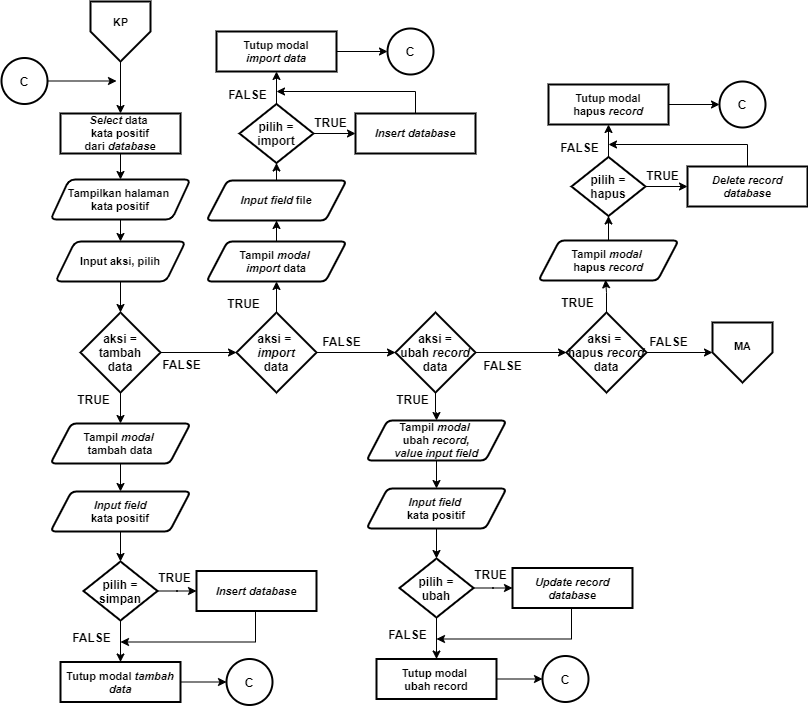
The draw.io diagram Dokumen TA/Paper/Flowchart/M6. Flowchart menu kata positif.png in muspriandi/TextMining-SentimentAnalysis, before a commit. Source tidied: cells renumbered, new cells last; positions are measured from the earlier drawing's top-left corner, leaving out a move shared by most shapes.
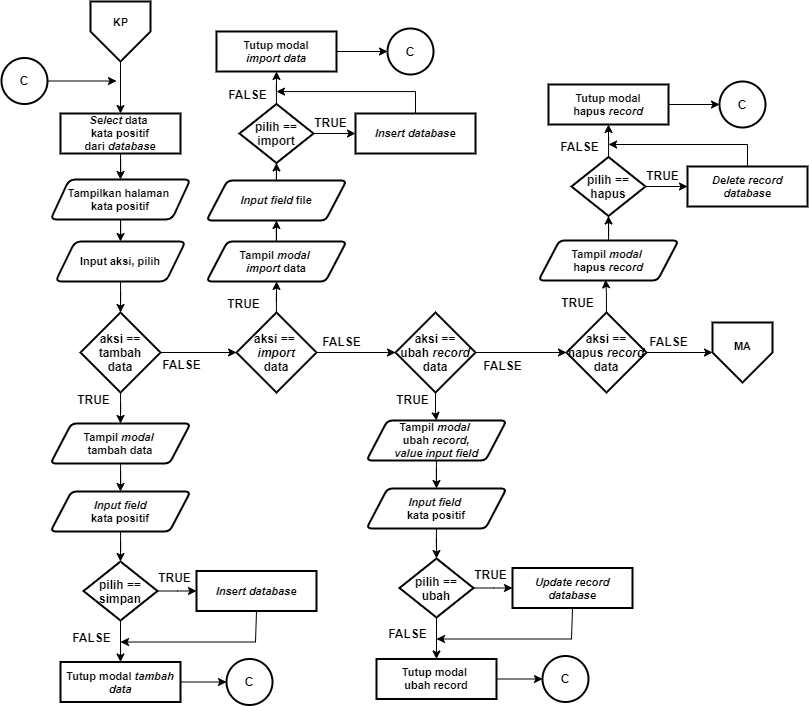
After the commit.

What changed in the source:
```diff
@@ -63,7 +63,7 @@
     <mxCell id="16" style="edgeStyle=orthogonalEdgeStyle;rounded=0;jettySize=auto;html=1;entryX=0;entryY=0.5;entryDx=0;entryDy=0;" parent="1" edge="1" source="17" target="20">
       <mxGeometry relative="1" as="geometry" />
     </mxCell>
-    <mxCell id="17" value="&lt;b&gt;&lt;font style=&quot;font-size: 12px&quot;&gt;aksi = tambah&lt;br&gt;data&lt;/font&gt;&lt;/b&gt;" style="rhombus;whiteSpace=wrap;html=1;strokeWidth=2;" parent="1" vertex="1">
+    <mxCell id="17" value="&lt;b&gt;&lt;font style=&quot;font-size: 12px&quot;&gt;aksi == tambah&lt;br&gt;data&lt;/font&gt;&lt;/b&gt;" style="rhombus;whiteSpace=wrap;html=1;strokeWidth=2;" parent="1" vertex="1">
       <mxGeometry x="79" y="311" width="80" height="80" as="geometry" />
     </mxCell>
     <mxCell id="18" style="edgeStyle=orthogonalEdgeStyle;rounded=0;jettySize=auto;html=1;entryX=0.5;entryY=1;entryDx=0;entryDy=0;" parent="1" edge="1" source="20" target="46">
@@ -72,7 +72,7 @@
     <mxCell id="19" style="edgeStyle=orthogonalEdgeStyle;rounded=0;jettySize=auto;html=1;" parent="1" edge="1" source="20" target="23">
       <mxGeometry relative="1" as="geometry" />
     </mxCell>
-    <mxCell id="20" value="&lt;b&gt;&lt;font style=&quot;font-size: 12px&quot;&gt;aksi = &lt;br&gt;&lt;i&gt;import&lt;/i&gt;&lt;br&gt;data&lt;br&gt;&lt;/font&gt;&lt;/b&gt;" style="rhombus;whiteSpace=wrap;html=1;strokeWidth=2;" parent="1" vertex="1">
+    <mxCell id="20" value="&lt;b&gt;&lt;font style=&quot;font-size: 12px&quot;&gt;aksi == &lt;br&gt;&lt;i&gt;import&lt;/i&gt;&lt;br&gt;data&lt;br&gt;&lt;/font&gt;&lt;/b&gt;" style="rhombus;whiteSpace=wrap;html=1;strokeWidth=2;" parent="1" vertex="1">
       <mxGeometry x="235" y="311" width="80" height="80" as="geometry" />
     </mxCell>
     <mxCell id="21" style="edgeStyle=orthogonalEdgeStyle;rounded=0;jettySize=auto;html=1;" parent="1" edge="1" source="23" target="26">
@@ -81,7 +81,7 @@
     <mxCell id="22" style="edgeStyle=orthogonalEdgeStyle;rounded=0;jettySize=auto;html=1;entryX=0.5;entryY=0;entryDx=0;entryDy=0;" parent="1" edge="1" source="23" target="69">
       <mxGeometry relative="1" as="geometry" />
     </mxCell>
-    <mxCell id="23" value="&lt;b&gt;&lt;font style=&quot;font-size: 12px&quot;&gt;aksi =&lt;br&gt;ubah &lt;i&gt;record&lt;/i&gt;&lt;br&gt;data&lt;br&gt;&lt;/font&gt;&lt;/b&gt;" style="rhombus;whiteSpace=wrap;html=1;strokeWidth=2;" parent="1" vertex="1">
+    <mxCell id="23" value="&lt;b&gt;&lt;font style=&quot;font-size: 12px&quot;&gt;aksi ==&lt;br&gt;ubah &lt;i&gt;record&lt;/i&gt;&lt;br&gt;data&lt;br&gt;&lt;/font&gt;&lt;/b&gt;" style="rhombus;whiteSpace=wrap;html=1;strokeWidth=2;" parent="1" vertex="1">
       <mxGeometry x="394" y="311" width="80" height="80" as="geometry" />
     </mxCell>
     <mxCell id="24" style="edgeStyle=orthogonalEdgeStyle;rounded=0;jettySize=auto;html=1;entryX=0;entryY=0.5;entryDx=0;entryDy=0;" parent="1" edge="1" source="26" target="11">
@@ -90,7 +90,7 @@
     <mxCell id="25" style="edgeStyle=orthogonalEdgeStyle;rounded=0;jettySize=auto;html=1;entryX=0.479;entryY=0.983;entryDx=0;entryDy=0;entryPerimeter=0;" parent="1" edge="1" source="26" target="78">
       <mxGeometry relative="1" as="geometry" />
     </mxCell>
-    <mxCell id="26" value="&lt;b&gt;&lt;font style=&quot;font-size: 12px&quot;&gt;aksi = &lt;br&gt;hapus &lt;i&gt;record&lt;/i&gt;&lt;br&gt;data&lt;br&gt;&lt;/font&gt;&lt;/b&gt;" style="rhombus;whiteSpace=wrap;html=1;strokeWidth=2;" parent="1" vertex="1">
+    <mxCell id="26" value="&lt;b&gt;&lt;font style=&quot;font-size: 12px&quot;&gt;aksi ==&lt;br&gt;hapus &lt;i&gt;record&lt;/i&gt;&lt;br&gt;data&lt;br&gt;&lt;/font&gt;&lt;/b&gt;" style="rhombus;whiteSpace=wrap;html=1;strokeWidth=2;" parent="1" vertex="1">
       <mxGeometry x="565" y="311" width="80" height="80" as="geometry" />
     </mxCell>
     <mxCell id="27" style="edgeStyle=orthogonalEdgeStyle;rounded=0;jettySize=auto;html=1;exitX=0.5;exitY=1;exitDx=0;exitDy=0;" parent="1" edge="1" source="28">
@@ -116,7 +116,7 @@
     <mxCell id="32" style="edgeStyle=orthogonalEdgeStyle;rounded=0;jettySize=auto;html=1;entryX=0.5;entryY=0;entryDx=0;entryDy=0;" parent="1" edge="1" source="33" target="39">
       <mxGeometry relative="1" as="geometry" />
     </mxCell>
-    <mxCell id="33" value="&lt;b&gt;&lt;font style=&quot;font-size: 12px&quot;&gt;pilih =&lt;br&gt;simpan&lt;/font&gt;&lt;/b&gt;" style="rhombus;whiteSpace=wrap;html=1;strokeWidth=2;" parent="1" vertex="1">
+    <mxCell id="33" value="&lt;b&gt;&lt;font style=&quot;font-size: 12px&quot;&gt;pilih ==&lt;br&gt;simpan&lt;/font&gt;&lt;/b&gt;" style="rhombus;whiteSpace=wrap;html=1;strokeWidth=2;" parent="1" vertex="1">
       <mxGeometry x="82" y="560" width="74" height="59" as="geometry" />
     </mxCell>
     <mxCell id="34" style="edgeStyle=orthogonalEdgeStyle;rounded=0;jettySize=auto;html=1;" parent="1" edge="1" source="35">
@@ -172,7 +172,7 @@
     <mxCell id="50" style="edgeStyle=orthogonalEdgeStyle;rounded=0;jettySize=auto;html=1;entryX=0.5;entryY=1;entryDx=0;entryDy=0;" parent="1" edge="1" source="51" target="55">
       <mxGeometry relative="1" as="geometry" />
     </mxCell>
-    <mxCell id="51" value="&lt;b&gt;&lt;font style=&quot;font-size: 12px&quot;&gt;pilih = import&lt;/font&gt;&lt;/b&gt;" style="rhombus;whiteSpace=wrap;html=1;strokeWidth=2;" parent="1" vertex="1">
+    <mxCell id="51" value="&lt;b&gt;&lt;font style=&quot;font-size: 12px&quot;&gt;pilih == import&lt;/font&gt;&lt;/b&gt;" style="rhombus;whiteSpace=wrap;html=1;strokeWidth=2;" parent="1" vertex="1">
       <mxGeometry x="238" y="102.5" width="74" height="59" as="geometry" />
     </mxCell>
     <mxCell id="52" style="edgeStyle=orthogonalEdgeStyle;rounded=0;jettySize=auto;html=1;" parent="1" edge="1" source="53">
@@ -231,7 +231,7 @@
     <mxCell id="66" style="edgeStyle=orthogonalEdgeStyle;rounded=0;jettySize=auto;html=1;entryX=0.5;entryY=0;entryDx=0;entryDy=0;" parent="1" edge="1" source="67" target="71">
       <mxGeometry relative="1" as="geometry" />
     </mxCell>
-    <mxCell id="67" value="&lt;b&gt;&lt;font style=&quot;font-size: 12px&quot;&gt;pilih =&lt;br&gt;ubah&lt;/font&gt;&lt;/b&gt;" style="rhombus;whiteSpace=wrap;html=1;strokeWidth=2;" parent="1" vertex="1">
+    <mxCell id="67" value="&lt;b&gt;&lt;font style=&quot;font-size: 12px&quot;&gt;pilih ==&lt;br&gt;ubah&lt;/font&gt;&lt;/b&gt;" style="rhombus;whiteSpace=wrap;html=1;strokeWidth=2;" parent="1" vertex="1">
       <mxGeometry x="398" y="557" width="74" height="59" as="geometry" />
     </mxCell>
     <mxCell id="68" style="edgeStyle=orthogonalEdgeStyle;rounded=0;jettySize=auto;html=1;entryX=0.5;entryY=0;entryDx=0;entryDy=0;" parent="1" edge="1" source="69" target="64">
@@ -273,7 +273,7 @@
     <mxCell id="80" style="edgeStyle=orthogonalEdgeStyle;rounded=0;jettySize=auto;html=1;entryX=0.5;entryY=1;entryDx=0;entryDy=0;" parent="1" edge="1" source="81" target="85">
       <mxGeometry relative="1" as="geometry" />
     </mxCell>
-    <mxCell id="81" value="&lt;b&gt;&lt;font style=&quot;font-size: 12px&quot;&gt;pilih = hapus&lt;/font&gt;&lt;/b&gt;" style="rhombus;whiteSpace=wrap;html=1;strokeWidth=2;" parent="1" vertex="1">
+    <mxCell id="81" value="&lt;b&gt;&lt;font style=&quot;font-size: 12px&quot;&gt;pilih == hapus&lt;/font&gt;&lt;/b&gt;" style="rhombus;whiteSpace=wrap;html=1;strokeWidth=2;" parent="1" vertex="1">
       <mxGeometry x="570" y="155.5" width="74" height="59" as="geometry" />
     </mxCell>
     <mxCell id="82" style="edgeStyle=orthogonalEdgeStyle;rounded=0;jettySize=auto;html=1;" parent="1" edge="1" source="83">
```
